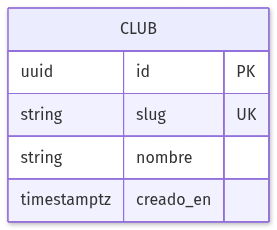
The Mermaid diagram docs/der-el-club.png in jvallelunga/el-club-app, before a commit. Its source is kept beside it as docs/der-el-club.mmd.
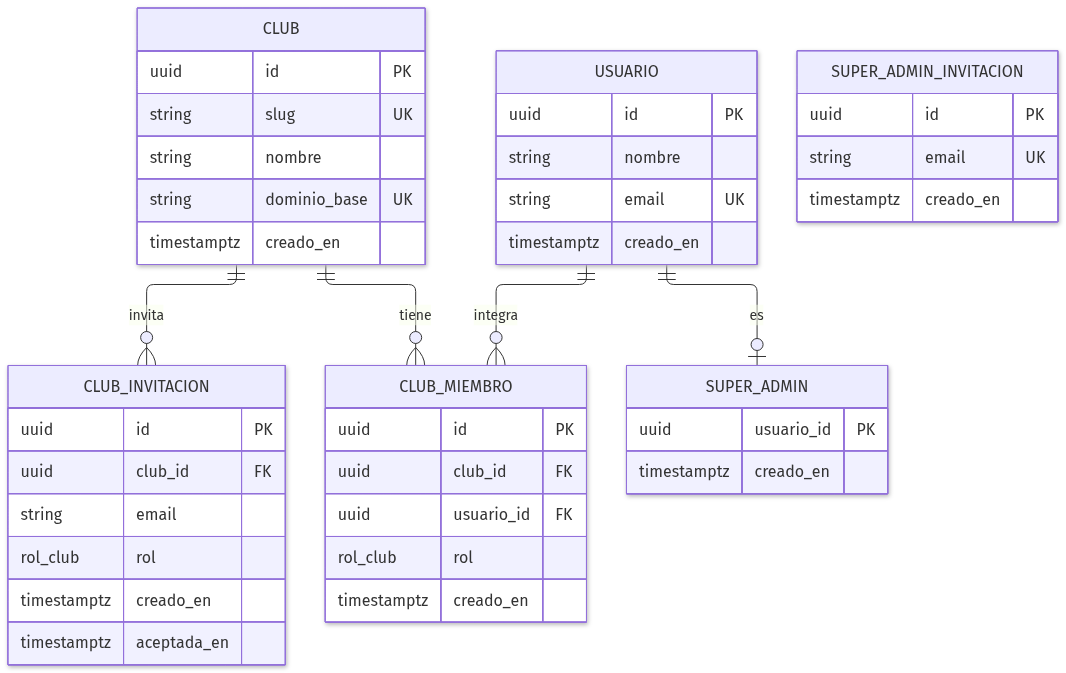
Later version of the same file.

Change to the diagram source:
```diff
@@ -3,5 +3,40 @@
         uuid id PK
         string slug UK
         string nombre
+        string dominio_base UK
         timestamptz creado_en
     }
+    USUARIO {
+        uuid id PK
+        string nombre
+        string email UK
+        timestamptz creado_en
+    }
+    SUPER_ADMIN {
+        uuid usuario_id PK
+        timestamptz creado_en
+    }
+    SUPER_ADMIN_INVITACION {
+        uuid id PK
+        string email UK
+        timestamptz creado_en
+    }
+    CLUB_MIEMBRO {
+        uuid id PK
+        uuid club_id FK
+        uuid usuario_id FK
+        rol_club rol
+        timestamptz creado_en
+    }
+    CLUB_INVITACION {
+        uuid id PK
+        uuid club_id FK
+        string email
+        rol_club rol
+        timestamptz creado_en
+        timestamptz aceptada_en
+    }
+    CLUB ||--o{ CLUB_MIEMBRO : tiene
+    USUARIO ||--o{ CLUB_MIEMBRO : integra
+    USUARIO ||--o| SUPER_ADMIN : es
+    CLUB ||--o{ CLUB_INVITACION : invita
```
